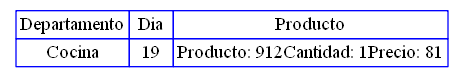
This is Proyecto1EDD/Alcaraz y Chapa-4-2021-Pedidos.png from JOSE6755/EDD_FASE2, a Graphviz export, as it was before one commit. Its source is kept beside it as Proyecto1EDD/Alcaraz y Chapa-4-2021-Pedidos.dot.
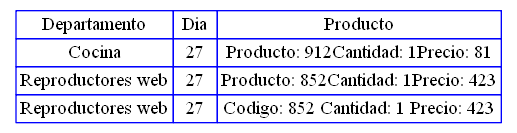
Later version of the same file.

The edit, as a diff of the source:
```diff
@@ -6,10 +6,23 @@
 <tr> <td>Departamento</td> <td> Dia </td> <td>Producto</td></tr>
 <tr>
 <td>Cocina</td>
-<td>19</td>
+<td>27</td>
 <td>Producto: 912
 Cantidad: 1
 Precio: 81</td>
-</tr></table>
+</tr><tr>
+<td>Reproductores web</td>
+<td>27</td>
+<td>Producto: 852
+Cantidad: 1
+Precio: 423</td>
+</tr><tr>
+<td>Reproductores web</td>
+<td>27</td>
+<td>Codigo: 852
+Cantidad: 1
+Precio: 423</td>
+</tr>
+</table>
     >];
 }
```
